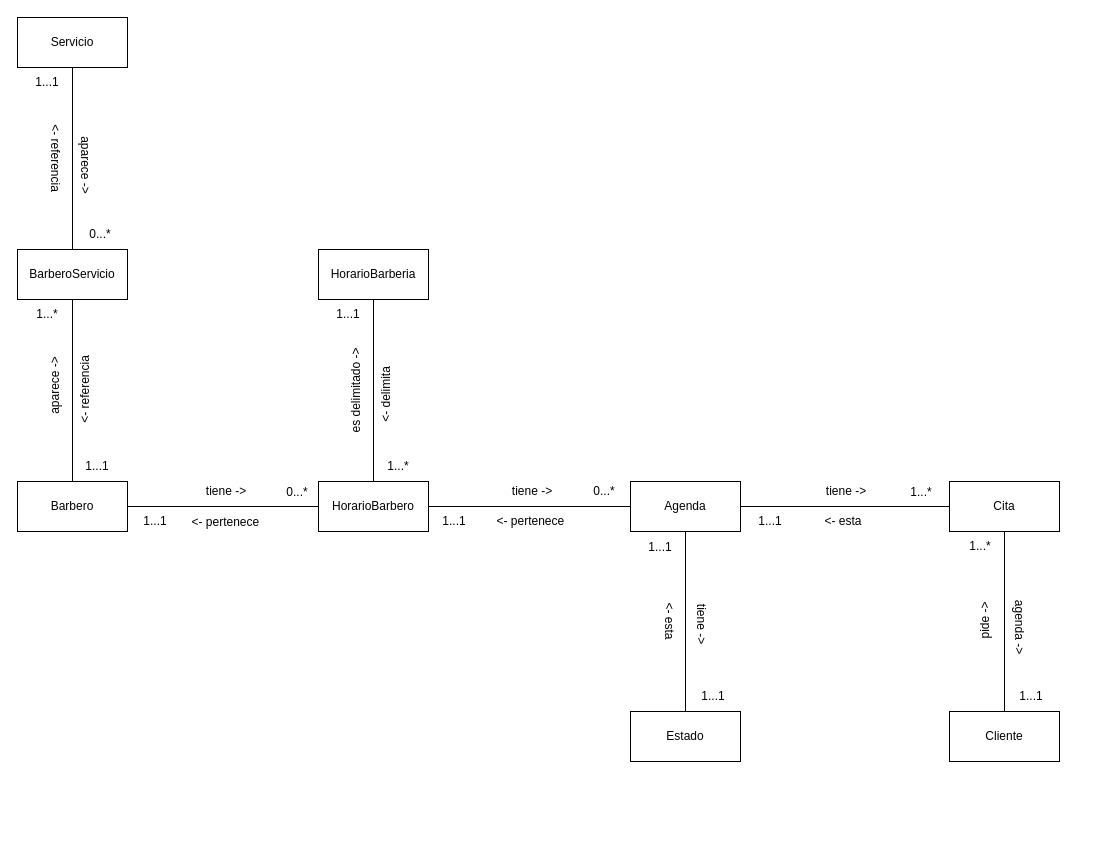
Earlier version of the draw.io diagram page "Página-2" (2 of 2) of Modelo de Dominio.drawio (Leandro-Gomez-12345/Proyecto-extra-clase-DOO). Source tidied: cells renumbered, new cells numbered last; positions are measured from the earlier drawing's top-left corner, leaving out a move shared by most shapes. Both pictures are drawn from the tidied source at 100%, with x=0, y=0 at pixel (17, 17).
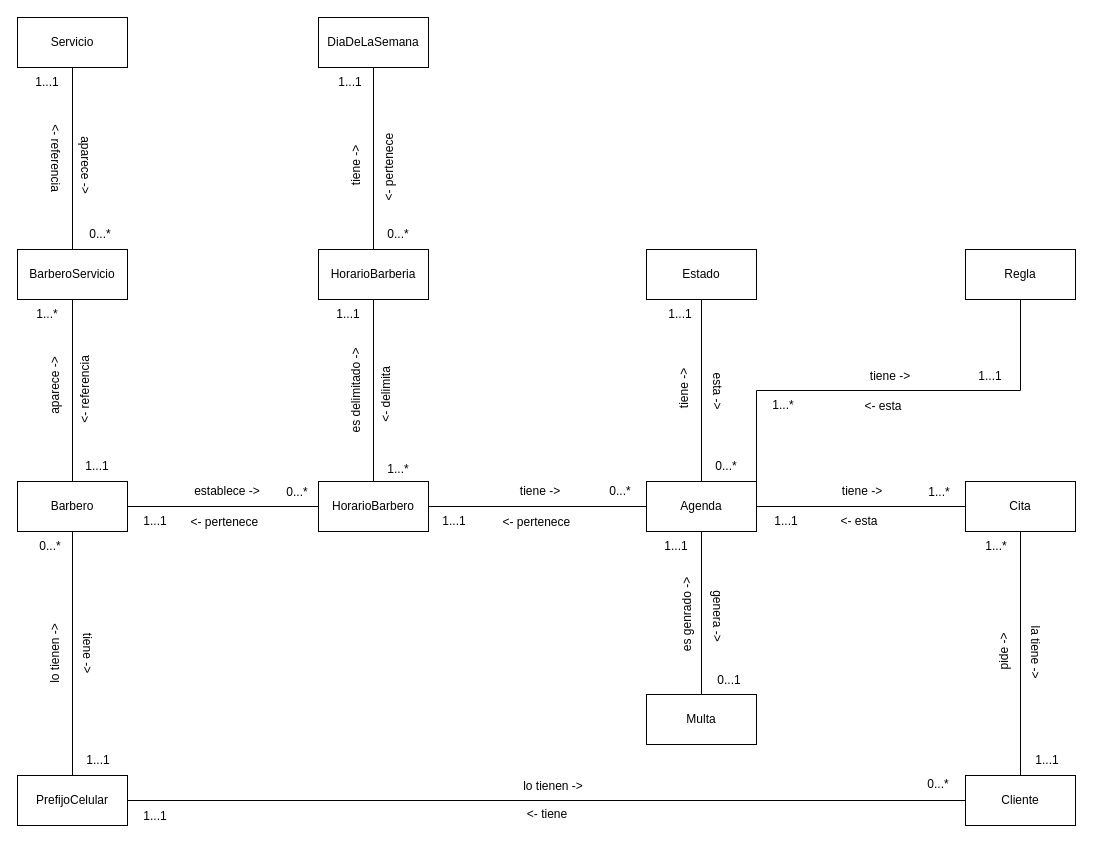
Above is the later version.

Commit message (it also covers changes not shown here):
Se hizo otra version del modelo de dominio y se esta realizando el muestreo

The change refers to these unchanged cells:
```xml
<mxCell id="24" value="Barbero" style="rounded=0;whiteSpace=wrap;html=1;" parent="1" vertex="1">
  <mxGeometry y="464" width="110" height="50" as="geometry" />
</mxCell>
<mxCell id="46" value="HorarioBarberia" style="rounded=0;whiteSpace=wrap;html=1;" parent="1" vertex="1">
  <mxGeometry x="301" y="232" width="110" height="50" as="geometry" />
</mxCell>
```

Change to the diagram source:
```diff
@@
     <mxCell id="2" value="Cliente" style="rounded=0;whiteSpace=wrap;html=1;" parent="1" vertex="1">
-      <mxGeometry x="932" y="694" width="110" height="50" as="geometry" />
+      <mxGeometry x="948" y="758" width="110" height="50" as="geometry" />
     </mxCell>
@@
     <mxCell id="4" value="Cita" style="rounded=0;whiteSpace=wrap;html=1;" parent="1" vertex="1">
-      <mxGeometry x="932" y="464" width="110" height="50" as="geometry" />
+      <mxGeometry x="948" y="464" width="110" height="50" as="geometry" />
     </mxCell>
@@
-    <mxCell id="6" style="edgeStyle=orthogonalEdgeStyle;rounded=0;jettySize=auto;html=1;entryX=0.5;entryY=0;entryDx=0;entryDy=0;endArrow=none;endFill=0;" parent="1" edge="1" source="7" target="18">
-      <mxGeometry relative="1" as="geometry" />
-    </mxCell>
+    <mxCell id="51" style="edgeStyle=orthogonalEdgeStyle;rounded=0;jettySize=auto;html=1;endArrow=none;endFill=0;" parent="1" edge="1" source="7" target="72">
+      <mxGeometry relative="1" as="geometry" />
+    </mxCell>
+    <mxCell id="52" style="edgeStyle=orthogonalEdgeStyle;rounded=0;jettySize=auto;html=1;exitX=1;exitY=0;exitDx=0;exitDy=0;entryX=0.5;entryY=1;entryDx=0;entryDy=0;endArrow=none;endFill=0;" parent="1" edge="1" source="7" target="77">
+      <mxGeometry relative="1" as="geometry" />
+    </mxCell>
     <mxCell id="7" value="Agenda" style="rounded=0;whiteSpace=wrap;html=1;" parent="1" vertex="1">
-      <mxGeometry x="613" y="464" width="110" height="50" as="geometry" />
+      <mxGeometry x="629" y="464" width="110" height="50" as="geometry" />
     </mxCell>
     <mxCell id="8" value="pide -&amp;gt;" style="text;html=1;whiteSpace=wrap;strokeColor=none;fillColor=none;align=center;verticalAlign=middle;rounded=0;rotation=-90;" parent="1" vertex="1">
-      <mxGeometry x="938" y="588" width="60" height="30" as="geometry" />
+      <mxGeometry x="957" y="619" width="60" height="30" as="geometry" />
     </mxCell>
     <mxCell id="9" value="1...*" style="text;html=1;whiteSpace=wrap;strokeColor=none;fillColor=none;align=center;verticalAlign=middle;rounded=0;" parent="1" vertex="1">
-      <mxGeometry x="933" y="514" width="60" height="30" as="geometry" />
+      <mxGeometry x="949" y="514" width="60" height="30" as="geometry" />
     </mxCell>
-    <mxCell id="10" value="agenda -&amp;gt;" style="text;html=1;whiteSpace=wrap;strokeColor=none;fillColor=none;align=center;verticalAlign=middle;rounded=0;rotation=90;" parent="1" vertex="1">
-      <mxGeometry x="972" y="595" width="60" height="30" as="geometry" />
+    <mxCell id="10" value="la tiene -&amp;gt;" style="text;html=1;whiteSpace=wrap;strokeColor=none;fillColor=none;align=center;verticalAlign=middle;rounded=0;rotation=90;" parent="1" vertex="1">
+      <mxGeometry x="988" y="620" width="60" height="30" as="geometry" />
     </mxCell>
     <mxCell id="11" value="1...1" style="text;html=1;whiteSpace=wrap;strokeColor=none;fillColor=none;align=center;verticalAlign=middle;rounded=0;" parent="1" vertex="1">
-      <mxGeometry x="984" y="664" width="60" height="30" as="geometry" />
+      <mxGeometry x="1000" y="728" width="60" height="30" as="geometry" />
     </mxCell>
     <mxCell id="12" value="tiene -&amp;gt;" style="text;html=1;whiteSpace=wrap;strokeColor=none;fillColor=none;align=center;verticalAlign=middle;rounded=0;rotation=0;" parent="1" vertex="1">
-      <mxGeometry x="799" y="459" width="60" height="30" as="geometry" />
+      <mxGeometry x="815" y="459" width="60" height="30" as="geometry" />
     </mxCell>
     <mxCell id="13" value="1...1" style="text;html=1;whiteSpace=wrap;strokeColor=none;fillColor=none;align=center;verticalAlign=middle;rounded=0;" parent="1" vertex="1">
-      <mxGeometry x="723" y="489" width="60" height="30" as="geometry" />
+      <mxGeometry x="739" y="489" width="60" height="30" as="geometry" />
     </mxCell>
     <mxCell id="14" value="1...*" style="text;html=1;whiteSpace=wrap;strokeColor=none;fillColor=none;align=center;verticalAlign=middle;rounded=0;" parent="1" vertex="1">
-      <mxGeometry x="874" y="460" width="60" height="30" as="geometry" />
+      <mxGeometry x="892" y="460" width="60" height="30" as="geometry" />
     </mxCell>
@@
     <mxCell id="17" value="&amp;lt;- esta" style="text;html=1;whiteSpace=wrap;strokeColor=none;fillColor=none;align=center;verticalAlign=middle;rounded=0;rotation=0;" parent="1" vertex="1">
-      <mxGeometry x="789" y="489" width="74" height="30" as="geometry" />
+      <mxGeometry x="805" y="489" width="74" height="30" as="geometry" />
     </mxCell>
+    <mxCell id="53" style="edgeStyle=orthogonalEdgeStyle;rounded=0;jettySize=auto;html=1;entryX=0.5;entryY=0;entryDx=0;entryDy=0;endArrow=none;endFill=0;" parent="1" edge="1" source="18" target="7">
+      <mxGeometry relative="1" as="geometry" />
+    </mxCell>
     <mxCell id="18" value="Estado" style="rounded=0;whiteSpace=wrap;html=1;" parent="1" vertex="1">
-      <mxGeometry x="613" y="694" width="110" height="50" as="geometry" />
+      <mxGeometry x="629" y="232" width="110" height="50" as="geometry" />
     </mxCell>
-    <mxCell id="19" value="tiene -&amp;gt;" style="text;html=1;whiteSpace=wrap;strokeColor=none;fillColor=none;align=center;verticalAlign=middle;rounded=0;rotation=90;" parent="1" vertex="1">
-      <mxGeometry x="654" y="592" width="60" height="30" as="geometry" />
+    <mxCell id="19" value="esta -&amp;gt;" style="text;html=1;whiteSpace=wrap;strokeColor=none;fillColor=none;align=center;verticalAlign=middle;rounded=0;rotation=90;" parent="1" vertex="1">
+      <mxGeometry x="670" y="359" width="60" height="30" as="geometry" />
     </mxCell>
     <mxCell id="20" value="tiene -&amp;gt;" style="text;html=1;whiteSpace=wrap;strokeColor=none;fillColor=none;align=center;verticalAlign=middle;rounded=0;rotation=0;" parent="1" vertex="1">
-      <mxGeometry x="485" y="459" width="60" height="30" as="geometry" />
+      <mxGeometry x="493" y="459" width="60" height="30" as="geometry" />
     </mxCell>
     <mxCell id="21" value="0...*" style="text;html=1;whiteSpace=wrap;strokeColor=none;fillColor=none;align=center;verticalAlign=middle;rounded=0;" parent="1" vertex="1">
-      <mxGeometry x="557" y="459" width="60" height="30" as="geometry" />
+      <mxGeometry x="573" y="459" width="60" height="30" as="geometry" />
     </mxCell>
@@
+    <mxCell id="54" style="edgeStyle=orthogonalEdgeStyle;rounded=0;jettySize=auto;html=1;endArrow=none;endFill=0;" parent="1" edge="1" source="24" target="57">
+      <mxGeometry relative="1" as="geometry" />
+    </mxCell>
@@
     <mxCell id="25" value="&amp;lt;- pertenece&amp;nbsp;" style="text;html=1;whiteSpace=wrap;strokeColor=none;fillColor=none;align=center;verticalAlign=middle;rounded=0;rotation=0;" parent="1" vertex="1">
-      <mxGeometry x="478" y="489" width="74" height="30" as="geometry" />
+      <mxGeometry x="484" y="490" width="74" height="30" as="geometry" />
     </mxCell>
@@
-    <mxCell id="27" value="tiene -&amp;gt;" style="text;html=1;whiteSpace=wrap;strokeColor=none;fillColor=none;align=center;verticalAlign=middle;rounded=0;rotation=0;" parent="1" vertex="1">
-      <mxGeometry x="179" y="459" width="60" height="30" as="geometry" />
+    <mxCell id="27" value="establece -&amp;gt;" style="text;html=1;whiteSpace=wrap;strokeColor=none;fillColor=none;align=center;verticalAlign=middle;rounded=0;rotation=0;" parent="1" vertex="1">
+      <mxGeometry x="173" y="459" width="74" height="30" as="geometry" />
     </mxCell>
@@
     <mxCell id="29" value="&amp;lt;- pertenece&amp;nbsp;" style="text;html=1;whiteSpace=wrap;strokeColor=none;fillColor=none;align=center;verticalAlign=middle;rounded=0;rotation=0;" parent="1" vertex="1">
-      <mxGeometry x="173" y="490" width="74" height="30" as="geometry" />
+      <mxGeometry x="172" y="490" width="74" height="30" as="geometry" />
     </mxCell>
@@
     <mxCell id="32" value="1...1" style="text;html=1;whiteSpace=wrap;strokeColor=none;fillColor=none;align=center;verticalAlign=middle;rounded=0;" parent="1" vertex="1">
-      <mxGeometry x="666" y="664" width="60" height="30" as="geometry" />
+      <mxGeometry x="633" y="282" width="60" height="30" as="geometry" />
     </mxCell>
-    <mxCell id="33" value="&amp;lt;- esta" style="text;html=1;whiteSpace=wrap;strokeColor=none;fillColor=none;align=center;verticalAlign=middle;rounded=0;rotation=90;" parent="1" vertex="1">
-      <mxGeometry x="615" y="589" width="74" height="30" as="geometry" />
-    </mxCell>
-    <mxCell id="34" value="1...1" style="text;html=1;whiteSpace=wrap;strokeColor=none;fillColor=none;align=center;verticalAlign=middle;rounded=0;" parent="1" vertex="1">
-      <mxGeometry x="613" y="515" width="60" height="30" as="geometry" />
+    <mxCell id="34" value="0...*" style="text;html=1;whiteSpace=wrap;strokeColor=none;fillColor=none;align=center;verticalAlign=middle;rounded=0;" parent="1" vertex="1">
+      <mxGeometry x="679" y="434" width="60" height="30" as="geometry" />
     </mxCell>
@@
+    <mxCell id="55" style="edgeStyle=orthogonalEdgeStyle;rounded=0;jettySize=auto;html=1;startArrow=none;startFill=0;endArrow=none;endFill=0;" parent="1" edge="1" source="46" target="67">
+      <mxGeometry relative="1" as="geometry" />
+    </mxCell>
@@
     <mxCell id="49" value="1...*" style="text;html=1;whiteSpace=wrap;strokeColor=none;fillColor=none;align=center;verticalAlign=middle;rounded=0;" parent="1" vertex="1">
-      <mxGeometry x="351" y="434" width="60" height="30" as="geometry" />
+      <mxGeometry x="351" y="437" width="60" height="30" as="geometry" />
     </mxCell>
@@
+    <mxCell id="56" style="edgeStyle=orthogonalEdgeStyle;rounded=0;jettySize=auto;html=1;entryX=0;entryY=0.5;entryDx=0;entryDy=0;endArrow=none;endFill=0;" parent="1" edge="1" source="57" target="2">
+      <mxGeometry relative="1" as="geometry" />
+    </mxCell>
+    <mxCell id="57" value="PrefijoCelular" style="rounded=0;whiteSpace=wrap;html=1;" parent="1" vertex="1">
+      <mxGeometry y="758" width="110" height="50" as="geometry" />
+    </mxCell>
+    <mxCell id="58" value="tiene -&amp;gt;" style="text;html=1;whiteSpace=wrap;strokeColor=none;fillColor=none;align=center;verticalAlign=middle;rounded=0;rotation=-90;" parent="1" vertex="1">
+      <mxGeometry x="637" y="356" width="60" height="30" as="geometry" />
+    </mxCell>
+    <mxCell id="59" value="tiene -&amp;gt;" style="text;html=1;whiteSpace=wrap;strokeColor=none;fillColor=none;align=center;verticalAlign=middle;rounded=0;rotation=90;" parent="1" vertex="1">
+      <mxGeometry x="40" y="621" width="60" height="30" as="geometry" />
+    </mxCell>
+    <mxCell id="60" value="1...1" style="text;html=1;whiteSpace=wrap;strokeColor=none;fillColor=none;align=center;verticalAlign=middle;rounded=0;" parent="1" vertex="1">
+      <mxGeometry x="51" y="728" width="60" height="30" as="geometry" />
+    </mxCell>
+    <mxCell id="61" value="lo tienen -&amp;gt;" style="text;html=1;whiteSpace=wrap;strokeColor=none;fillColor=none;align=center;verticalAlign=middle;rounded=0;rotation=-90;" parent="1" vertex="1">
+      <mxGeometry x="1" y="621" width="74" height="30" as="geometry" />
+    </mxCell>
+    <mxCell id="62" value="0...*" style="text;html=1;whiteSpace=wrap;strokeColor=none;fillColor=none;align=center;verticalAlign=middle;rounded=0;" parent="1" vertex="1">
+      <mxGeometry x="3" y="514" width="60" height="30" as="geometry" />
+    </mxCell>
+    <mxCell id="63" value="lo tienen -&amp;gt;" style="text;html=1;whiteSpace=wrap;strokeColor=none;fillColor=none;align=center;verticalAlign=middle;rounded=0;rotation=0;" parent="1" vertex="1">
+      <mxGeometry x="499" y="754" width="74" height="30" as="geometry" />
+    </mxCell>
+    <mxCell id="64" value="0...*" style="text;html=1;whiteSpace=wrap;strokeColor=none;fillColor=none;align=center;verticalAlign=middle;rounded=0;" parent="1" vertex="1">
+      <mxGeometry x="891" y="752" width="60" height="30" as="geometry" />
+    </mxCell>
+    <mxCell id="65" value="&amp;lt;- tiene" style="text;html=1;whiteSpace=wrap;strokeColor=none;fillColor=none;align=center;verticalAlign=middle;rounded=0;rotation=0;" parent="1" vertex="1">
+      <mxGeometry x="493" y="782" width="74" height="30" as="geometry" />
+    </mxCell>
+    <mxCell id="66" value="1...1" style="text;html=1;whiteSpace=wrap;strokeColor=none;fillColor=none;align=center;verticalAlign=middle;rounded=0;" parent="1" vertex="1">
+      <mxGeometry x="108" y="784" width="60" height="30" as="geometry" />
+    </mxCell>
+    <mxCell id="67" value="DiaDeLaSemana" style="rounded=0;whiteSpace=wrap;html=1;" parent="1" vertex="1">
+      <mxGeometry x="301" width="110" height="50" as="geometry" />
+    </mxCell>
+    <mxCell id="68" value="tiene -&amp;gt;" style="text;html=1;whiteSpace=wrap;strokeColor=none;fillColor=none;align=center;verticalAlign=middle;rounded=0;rotation=-90;" parent="1" vertex="1">
+      <mxGeometry x="309" y="133" width="60" height="30" as="geometry" />
+    </mxCell>
+    <mxCell id="69" value="1...1" style="text;html=1;whiteSpace=wrap;strokeColor=none;fillColor=none;align=center;verticalAlign=middle;rounded=0;" parent="1" vertex="1">
+      <mxGeometry x="303" y="50" width="60" height="30" as="geometry" />
+    </mxCell>
+    <mxCell id="70" value="&amp;lt;- pertenece&amp;nbsp;" style="text;html=1;whiteSpace=wrap;strokeColor=none;fillColor=none;align=center;verticalAlign=middle;rounded=0;rotation=-90;" parent="1" vertex="1">
+      <mxGeometry x="335" y="133" width="74" height="30" as="geometry" />
+    </mxCell>
+    <mxCell id="71" value="0...*" style="text;html=1;whiteSpace=wrap;strokeColor=none;fillColor=none;align=center;verticalAlign=middle;rounded=0;" parent="1" vertex="1">
+      <mxGeometry x="351" y="202" width="60" height="30" as="geometry" />
+    </mxCell>
+    <mxCell id="72" value="Multa" style="rounded=0;whiteSpace=wrap;html=1;" parent="1" vertex="1">
+      <mxGeometry x="629" y="677" width="110" height="50" as="geometry" />
+    </mxCell>
+    <mxCell id="73" value="genera -&amp;gt;" style="text;html=1;whiteSpace=wrap;strokeColor=none;fillColor=none;align=center;verticalAlign=middle;rounded=0;rotation=90;" parent="1" vertex="1">
+      <mxGeometry x="670" y="584" width="60" height="30" as="geometry" />
+    </mxCell>
+    <mxCell id="74" value="0...1" style="text;html=1;whiteSpace=wrap;strokeColor=none;fillColor=none;align=center;verticalAlign=middle;rounded=0;" parent="1" vertex="1">
+      <mxGeometry x="682" y="648" width="60" height="30" as="geometry" />
+    </mxCell>
+    <mxCell id="75" value="es genrado -&amp;gt;" style="text;html=1;whiteSpace=wrap;strokeColor=none;fillColor=none;align=center;verticalAlign=middle;rounded=0;rotation=-90;" parent="1" vertex="1">
+      <mxGeometry x="630" y="582" width="80" height="30" as="geometry" />
+    </mxCell>
+    <mxCell id="76" value="1...1" style="text;html=1;whiteSpace=wrap;strokeColor=none;fillColor=none;align=center;verticalAlign=middle;rounded=0;" parent="1" vertex="1">
+      <mxGeometry x="629" y="514" width="60" height="30" as="geometry" />
+    </mxCell>
+    <mxCell id="77" value="Regla" style="rounded=0;whiteSpace=wrap;html=1;" parent="1" vertex="1">
+      <mxGeometry x="948" y="232" width="110" height="50" as="geometry" />
+    </mxCell>
+    <mxCell id="78" value="tiene -&amp;gt;" style="text;html=1;whiteSpace=wrap;strokeColor=none;fillColor=none;align=center;verticalAlign=middle;rounded=0;rotation=0;" parent="1" vertex="1">
+      <mxGeometry x="843" y="344" width="60" height="30" as="geometry" />
+    </mxCell>
+    <mxCell id="33" value="&amp;lt;- esta" style="text;html=1;whiteSpace=wrap;strokeColor=none;fillColor=none;align=center;verticalAlign=middle;rounded=0;rotation=0;" parent="1" vertex="1">
+      <mxGeometry x="829" y="374" width="74" height="30" as="geometry" />
+    </mxCell>
+    <mxCell id="79" value="1...1" style="text;html=1;whiteSpace=wrap;strokeColor=none;fillColor=none;align=center;verticalAlign=middle;rounded=0;" parent="1" vertex="1">
+      <mxGeometry x="943" y="344" width="60" height="30" as="geometry" />
+    </mxCell>
+    <mxCell id="80" value="1...*" style="text;html=1;whiteSpace=wrap;strokeColor=none;fillColor=none;align=center;verticalAlign=middle;rounded=0;" parent="1" vertex="1">
+      <mxGeometry x="736" y="373" width="60" height="30" as="geometry" />
+    </mxCell>
```
